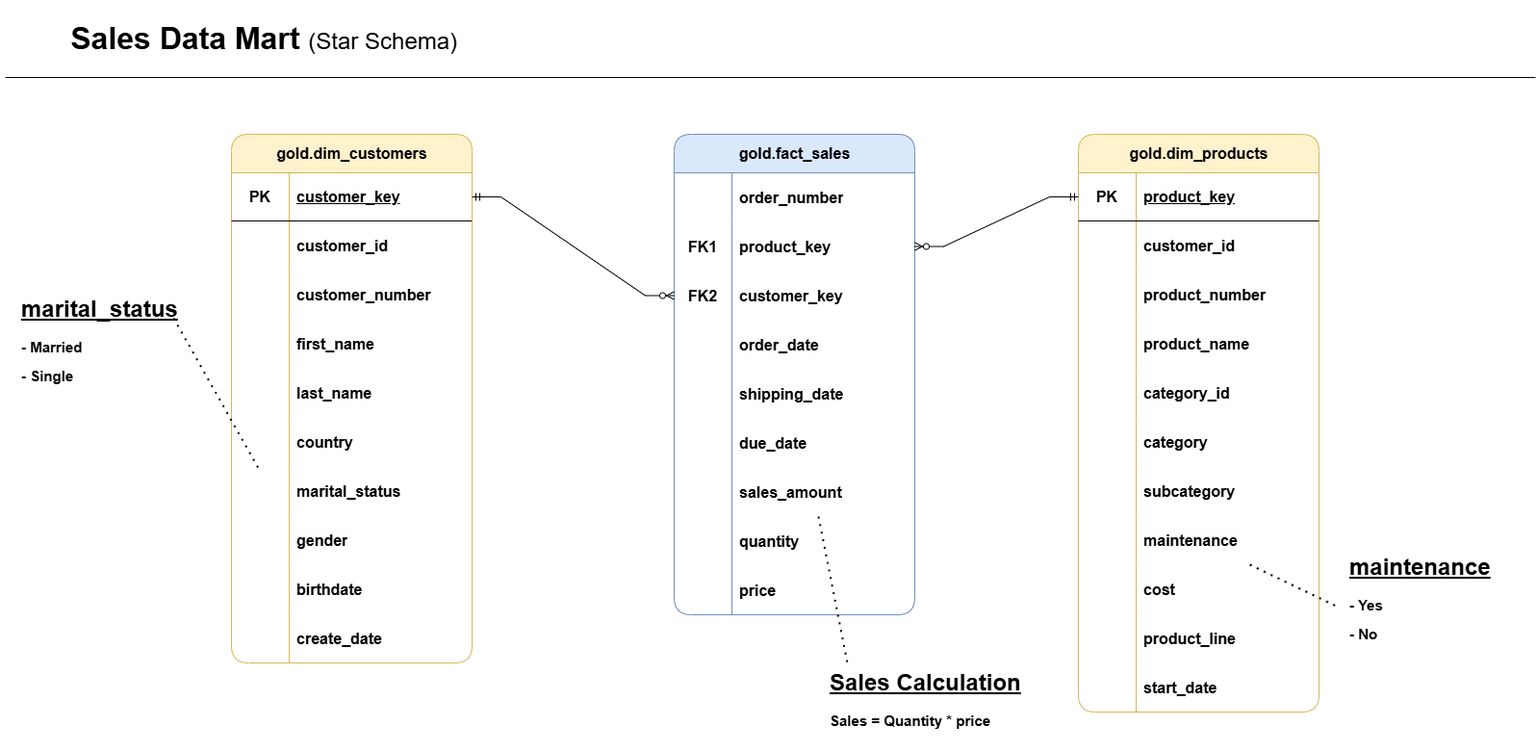
Earlier version of the draw.io export docs/data_model.png (afzalshariff07/01-sql-data-warehouse-project). Source tidied: cells renumbered, new cells last; positions are measured from the earlier drawing's top-left corner, leaving out a move shared by most shapes.
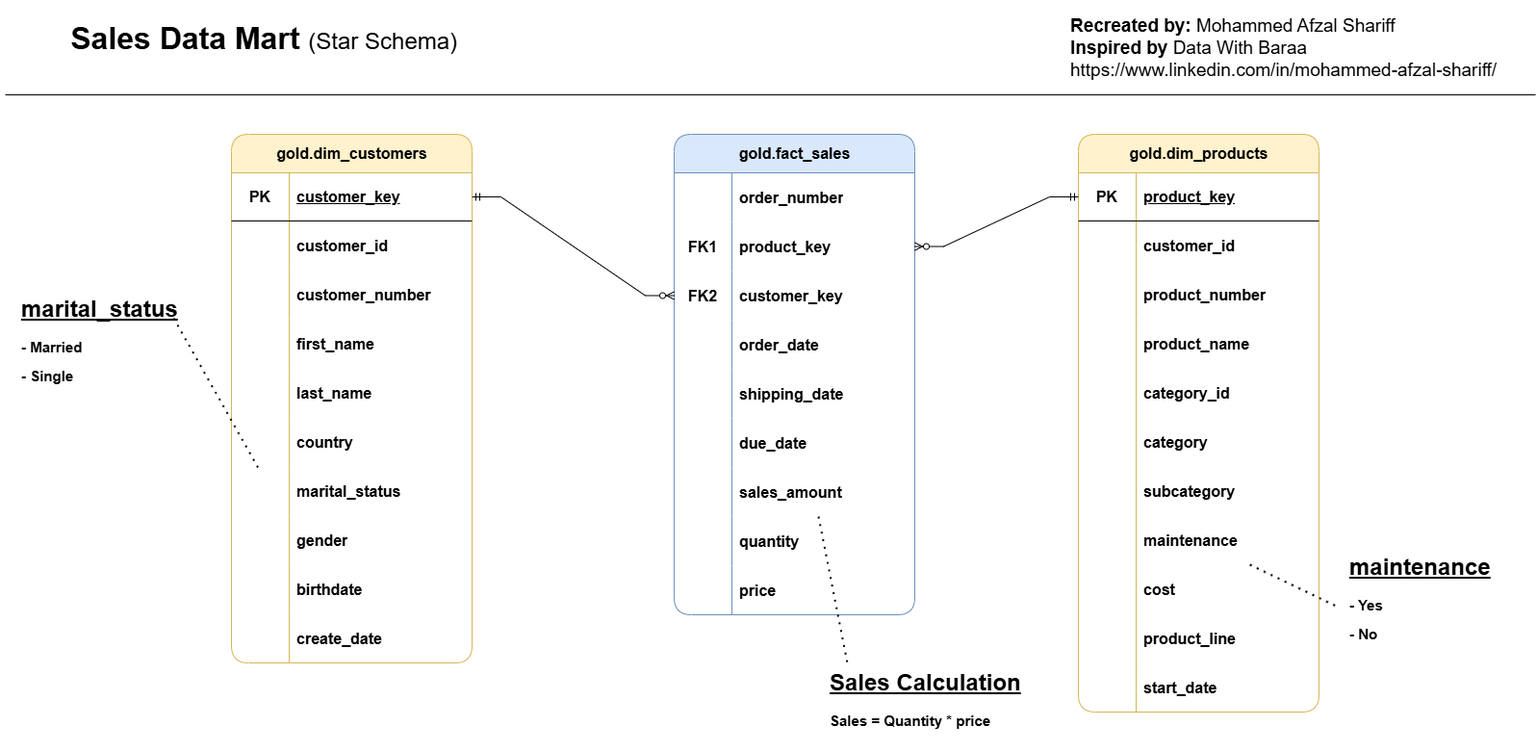
Above is the later version.

Commit message:
Updated Diagram of Data Integration, Architecture, Flow, Layers and Model diagrams

The edit, as a diff of the source:
```diff
@@ -317,9 +317,12 @@
     </mxCell>
     <mxCell id="104" style="endArrow=none;html=1;rounded=0;entryX=1;entryY=1;entryDx=0;entryDy=0;exitX=0;exitY=1;exitDx=0;exitDy=0;" parent="1" edge="1">
       <mxGeometry relative="1" as="geometry">
-        <mxPoint x="5" y="80" as="sourcePoint" />
-        <mxPoint x="1595" y="80" as="targetPoint" />
+        <mxPoint x="5" y="98" as="sourcePoint" />
+        <mxPoint x="1595" y="98" as="targetPoint" />
       </mxGeometry>
     </mxCell>
+    <mxCell id="105" value="&lt;div&gt;&lt;font style=&quot;font-size: 19px;&quot;&gt;&lt;b&gt;Recreated by:&lt;/b&gt; Mohammed Afzal Shariff &lt;br&gt;&lt;b&gt;Inspired by&lt;/b&gt; Data With Baraa&amp;nbsp;&amp;nbsp;&lt;/font&gt;&lt;/div&gt;&lt;div&gt;&lt;font style=&quot;font-size: 19px;&quot;&gt;https://www.linkedin.com/in/mohammed-afzal-shariff/&lt;/font&gt;&lt;/div&gt;" style="text;html=1;whiteSpace=wrap;strokeColor=none;fillColor=none;align=left;verticalAlign=middle;rounded=0;" parent="1" vertex="1">
+      <mxGeometry x="1110" width="480" height="100" as="geometry" />
+    </mxCell>
   </root>
 </mxGraphModel>
```
